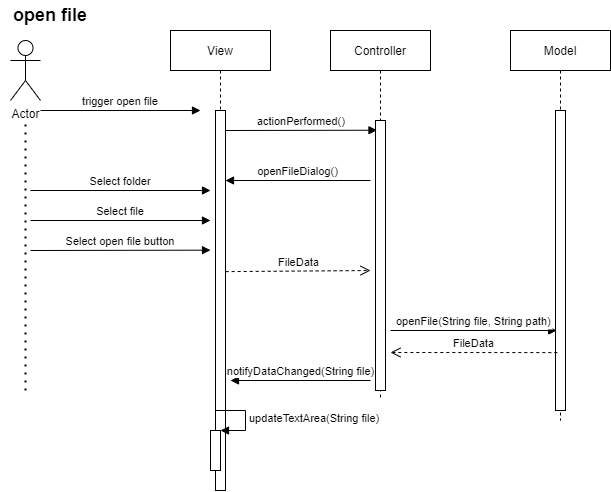
Above: Laboration1/UML/design/openfile.drawio.png in Johanced/2021-isgc08-Cederhag (draw.io), before the change. Source tidied: cells renumbered, new cells last; positions are measured from the earlier drawing's top-left corner, leaving out a move shared by most shapes.
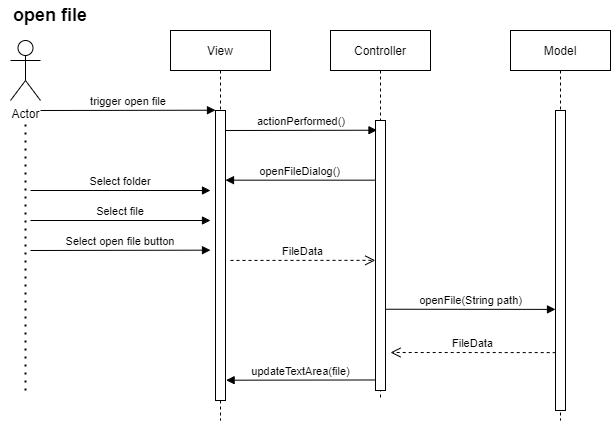
Later version of the same file.

The edit, as a diff of the source:
```diff
@@ -13,37 +13,28 @@
         <mxPoint x="-105" y="100" as="sourcePoint" />
       </mxGeometry>
     </mxCell>
-    <mxCell id="5" value="openFile(String file, String path)" style="verticalAlign=bottom;endArrow=block;entryX=0.121;entryY=0.227;shadow=0;strokeWidth=1;entryDx=0;entryDy=0;entryPerimeter=0;" parent="2" edge="1">
-      <mxGeometry relative="1" as="geometry">
-        <mxPoint x="60" y="300" as="sourcePoint" />
-        <mxPoint x="226.2" y="300" as="targetPoint" />
-      </mxGeometry>
-    </mxCell>
     <mxCell id="6" value="Model" style="shape=umlLifeline;perimeter=lifelinePerimeter;rounded=0;shadow=0;strokeWidth=1;" parent="1" vertex="1">
       <mxGeometry x="510" y="30" width="100" height="390" as="geometry" />
     </mxCell>
     <mxCell id="7" style="points=[];perimeter=orthogonalPerimeter;rounded=0;shadow=0;strokeWidth=1;" parent="6" vertex="1">
       <mxGeometry x="45" y="80" width="10" height="300" as="geometry" />
     </mxCell>
-    <mxCell id="8" value="openFileDialog()" style="verticalAlign=bottom;endArrow=block;shadow=0;strokeWidth=1;" parent="1" edge="1" target="12">
-      <mxGeometry relative="1" as="geometry">
-        <mxPoint x="370" y="180" as="sourcePoint" />
-      </mxGeometry>
+    <mxCell id="8" value="openFileDialog()" style="verticalAlign=bottom;endArrow=block;shadow=0;strokeWidth=1;exitX=-0.032;exitY=0.221;exitDx=0;exitDy=0;exitPerimeter=0;" parent="1" edge="1" source="3" target="12">
+      <mxGeometry relative="1" as="geometry" />
     </mxCell>
     <mxCell id="9" value="Actor" style="shape=umlActor;verticalLabelPosition=bottom;verticalAlign=top;html=1;" parent="1" vertex="1">
       <mxGeometry x="10" y="40" width="30" height="60" as="geometry" />
     </mxCell>
-    <mxCell id="10" value="trigger open file" style="verticalAlign=bottom;endArrow=block;shadow=0;strokeWidth=1;" parent="1" edge="1">
+    <mxCell id="10" value="trigger open file" style="verticalAlign=bottom;endArrow=block;shadow=0;strokeWidth=1;entryX=0;entryY=-0.001;entryDx=0;entryDy=0;entryPerimeter=0;" parent="1" edge="1" target="12">
       <mxGeometry relative="1" as="geometry">
         <mxPoint x="40" y="110" as="sourcePoint" />
-        <mxPoint x="200" y="110" as="targetPoint" />
       </mxGeometry>
     </mxCell>
     <mxCell id="11" value="View" style="shape=umlLifeline;perimeter=lifelinePerimeter;rounded=0;shadow=0;strokeWidth=1;" parent="1" vertex="1">
-      <mxGeometry x="170" y="30" width="100" height="460" as="geometry" />
+      <mxGeometry x="170" y="30" width="100" height="390" as="geometry" />
     </mxCell>
     <mxCell id="12" style="points=[];perimeter=orthogonalPerimeter;rounded=0;shadow=0;strokeWidth=1;" parent="11" vertex="1">
-      <mxGeometry x="45" y="80" width="10" height="380" as="geometry" />
+      <mxGeometry x="45" y="80" width="10" height="290" as="geometry" />
     </mxCell>
     <mxCell id="13" value="Select folder" style="verticalAlign=bottom;endArrow=block;shadow=0;strokeWidth=1;" parent="11" edge="1">
       <mxGeometry relative="1" as="geometry">
@@ -63,17 +54,6 @@
         <mxPoint x="40" y="219.7" as="targetPoint" />
       </mxGeometry>
     </mxCell>
-    <mxCell id="16" style="html=1;points=[];perimeter=orthogonalPerimeter;" parent="11" vertex="1">
-      <mxGeometry x="40" y="400" width="10" height="40" as="geometry" />
-    </mxCell>
-    <mxCell id="17" value="updateTextArea(String file)" style="edgeStyle=orthogonalEdgeStyle;html=1;align=left;spacingLeft=2;endArrow=block;rounded=0;entryX=1;entryY=0;" parent="11" edge="1" target="16">
-      <mxGeometry relative="1" as="geometry">
-        <mxPoint x="45" y="380" as="sourcePoint" />
-        <Array as="points">
-          <mxPoint x="75" y="380" />
-        </Array>
-      </mxGeometry>
-    </mxCell>
     <mxCell id="18" style="endArrow=none;dashed=1;html=1;dashPattern=1 3;strokeWidth=2;rounded=0;" parent="1" edge="1">
       <mxGeometry relative="1" as="geometry">
         <mxPoint x="25" y="390" as="sourcePoint" />
@@ -83,18 +63,13 @@
     <mxCell id="19" value="&lt;b&gt;open file&lt;/b&gt;" style="text;html=1;strokeColor=none;fillColor=none;align=center;verticalAlign=middle;whiteSpace=wrap;rounded=0;fontSize=18;" parent="1" vertex="1">
       <mxGeometry width="100" height="30" as="geometry" />
     </mxCell>
-    <mxCell id="20" value="notifyDataChanged(String file)" style="html=1;verticalAlign=bottom;endArrow=block;rounded=0;" parent="1" edge="1">
-      <mxGeometry relative="1" as="geometry">
-        <mxPoint x="370" y="380" as="sourcePoint" />
-        <mxPoint x="230" y="380" as="targetPoint" />
-      </mxGeometry>
+    <mxCell id="20" value="&lt;span style=&quot;text-align: left&quot;&gt;updateTextArea(file)&lt;/span&gt;" style="html=1;verticalAlign=bottom;endArrow=block;rounded=0;entryX=1.06;entryY=0.93;entryDx=0;entryDy=0;entryPerimeter=0;exitX=0.037;exitY=0.961;exitDx=0;exitDy=0;exitPerimeter=0;" parent="1" edge="1" source="3" target="12">
+      <mxGeometry relative="1" as="geometry" />
     </mxCell>
-    <mxCell id="21" value="FileData" style="html=1;verticalAlign=bottom;endArrow=open;dashed=1;endSize=8;rounded=0;exitX=1.017;exitY=0.424;exitDx=0;exitDy=0;exitPerimeter=0;" parent="1" edge="1" source="12">
-      <mxGeometry relative="1" as="geometry">
-        <mxPoint x="370" y="270" as="targetPoint" />
-      </mxGeometry>
+    <mxCell id="21" value="FileData" style="html=1;verticalAlign=bottom;endArrow=open;dashed=1;endSize=8;rounded=0;exitX=1.5;exitY=0.517;exitDx=0;exitDy=0;exitPerimeter=0;entryX=-0.023;entryY=0.518;entryDx=0;entryDy=0;entryPerimeter=0;" parent="1" edge="1" source="12" target="3">
+      <mxGeometry relative="1" as="geometry" />
     </mxCell>
-    <mxCell id="22" value="FileData" style="html=1;verticalAlign=bottom;endArrow=open;dashed=1;endSize=8;rounded=0;exitX=0.183;exitY=0.807;exitDx=0;exitDy=0;exitPerimeter=0;" parent="1" edge="1" source="7">
+    <mxCell id="22" value="FileData" style="html=1;verticalAlign=bottom;endArrow=open;dashed=1;endSize=8;rounded=0;exitX=0.02;exitY=0.807;exitDx=0;exitDy=0;exitPerimeter=0;" parent="1" edge="1" source="7">
       <mxGeometry relative="1" as="geometry">
         <mxPoint x="390" y="352" as="targetPoint" />
         <Array as="points">
@@ -102,5 +77,8 @@
         </Array>
       </mxGeometry>
     </mxCell>
+    <mxCell id="5" value="openFile(String path)" style="verticalAlign=bottom;endArrow=block;shadow=0;strokeWidth=1;exitX=1.06;exitY=0.699;exitDx=0;exitDy=0;exitPerimeter=0;entryX=0;entryY=0.663;entryDx=0;entryDy=0;entryPerimeter=0;" parent="1" edge="1" source="3" target="7">
+      <mxGeometry relative="1" as="geometry" />
+    </mxCell>
   </root>
 </mxGraphModel>
```
